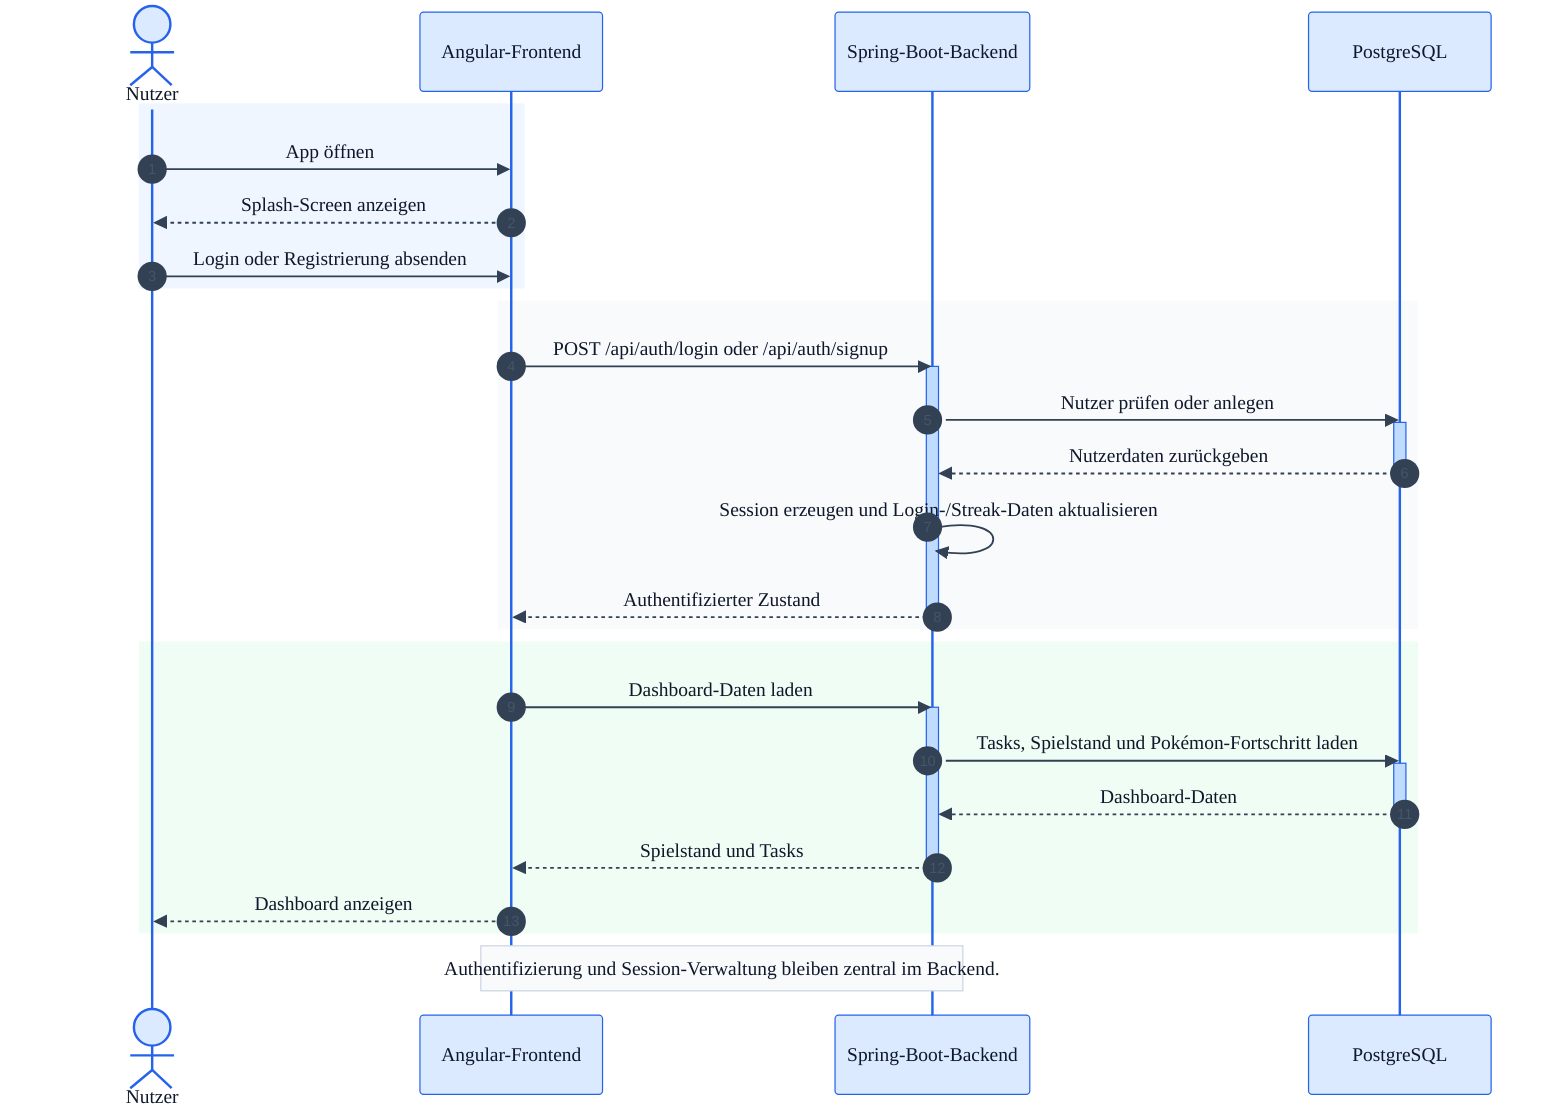
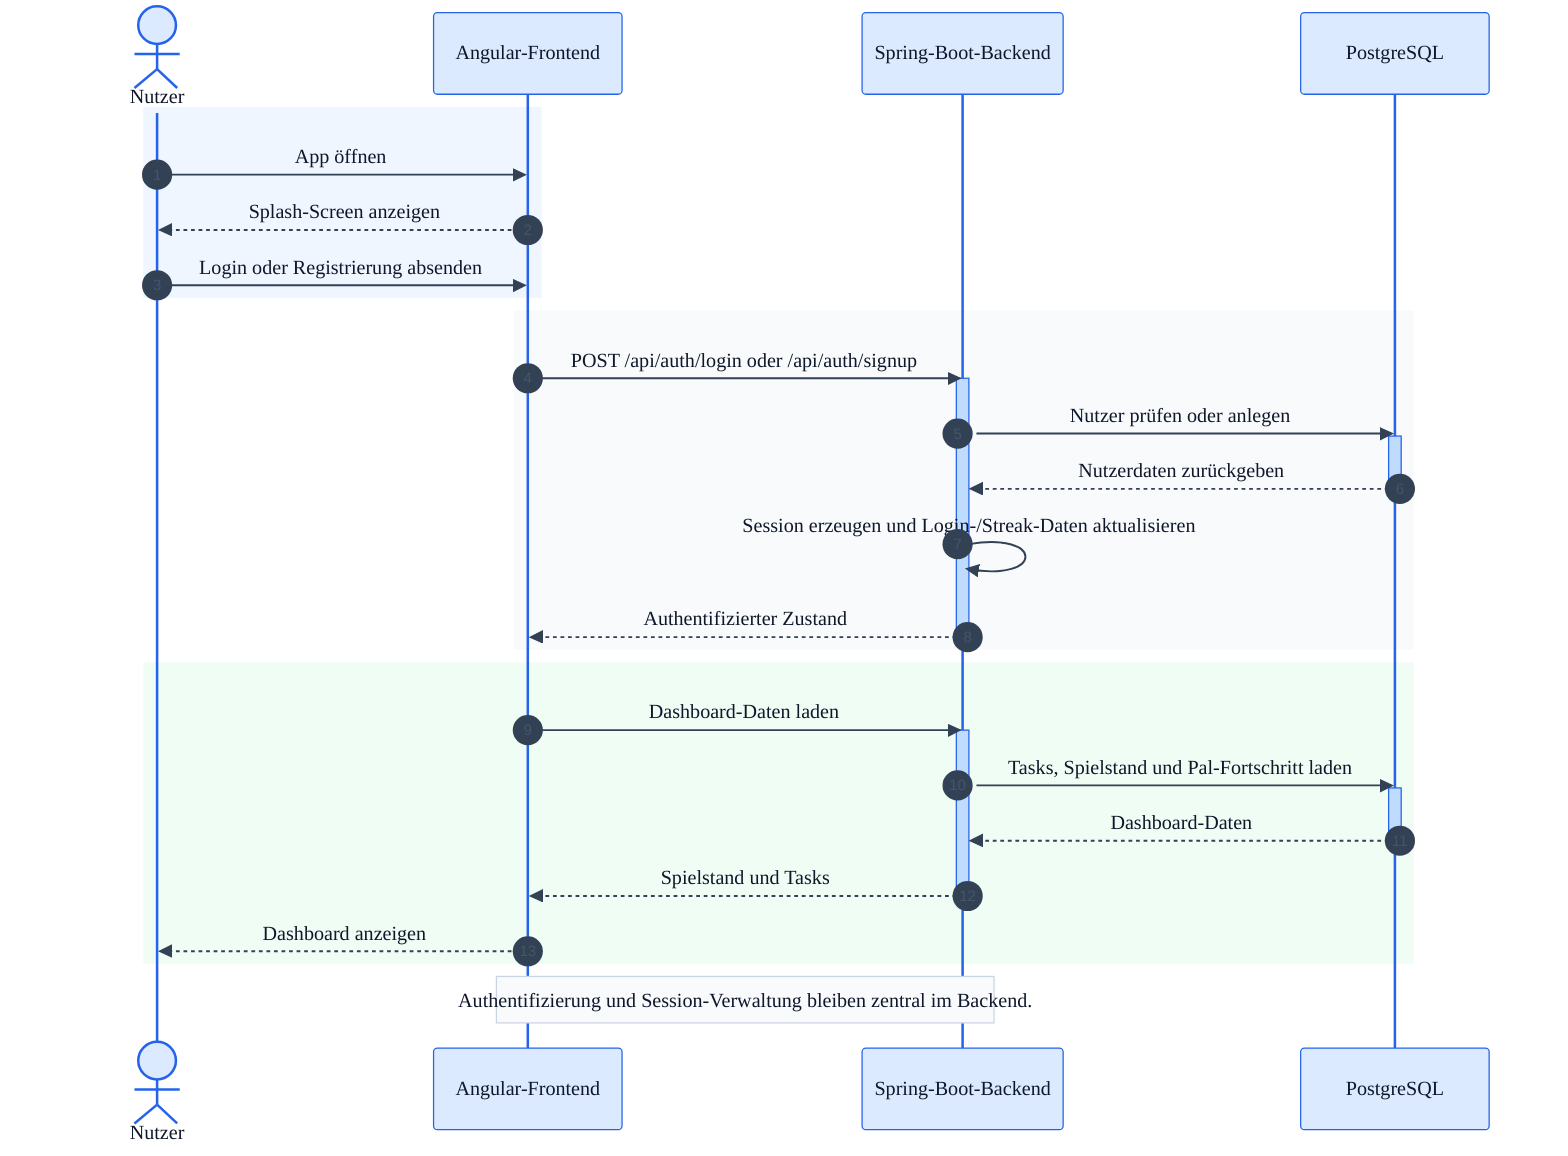
%%{init: {
  "theme": "base",
  "themeVariables": {
    "fontFamily": "Inter, Arial, sans-serif",
    "primaryColor": "#EAF3FF",
    "primaryBorderColor": "#2563EB",
    "primaryTextColor": "#0F172A",
    "actorBorder": "#2563EB",
    "actorBkg": "#DBEAFE",
    "actorTextColor": "#0F172A",
    "activationBorderColor": "#2563EB",
    "activationBkgColor": "#BFDBFE",
    "sequenceNumberColor": "#475569",
    "signalColor": "#334155",
    "signalTextColor": "#0F172A",
    "noteBkgColor": "#F8FAFC",
    "noteBorderColor": "#CBD5E1",
    "noteTextColor": "#0F172A"
  }
}}%%

sequenceDiagram
    autonumber
    actor Nutzer
    participant FE as Angular-Frontend
    participant BE as Spring-Boot-Backend
    participant DB as PostgreSQL

    rect rgb(239, 246, 255)
        Nutzer->>FE: App öffnen
        FE-->>Nutzer: Splash-Screen anzeigen
        Nutzer->>FE: Login oder Registrierung absenden
    end

    rect rgb(248, 250, 252)
        FE->>BE: POST /api/auth/login oder /api/auth/signup
        activate BE
        BE->>DB: Nutzer prüfen oder anlegen
        activate DB
        DB-->>BE: Nutzerdaten zurückgeben
        deactivate DB
        BE->>BE: Session erzeugen und Login-/Streak-Daten aktualisieren
        BE-->>FE: Authentifizierter Zustand
        deactivate BE
    end

    rect rgb(240, 253, 244)
        FE->>BE: Dashboard-Daten laden
        activate BE
-         BE->>DB: Tasks, Spielstand und Pokémon-Fortschritt laden
+         BE->>DB: Tasks, Spielstand und Pal-Fortschritt laden
        activate DB
        DB-->>BE: Dashboard-Daten
        deactivate DB
        BE-->>FE: Spielstand und Tasks
        deactivate BE
        FE-->>Nutzer: Dashboard anzeigen
    end

    Note over FE,BE: Authentifizierung und Session-Verwaltung bleiben zentral im Backend.
